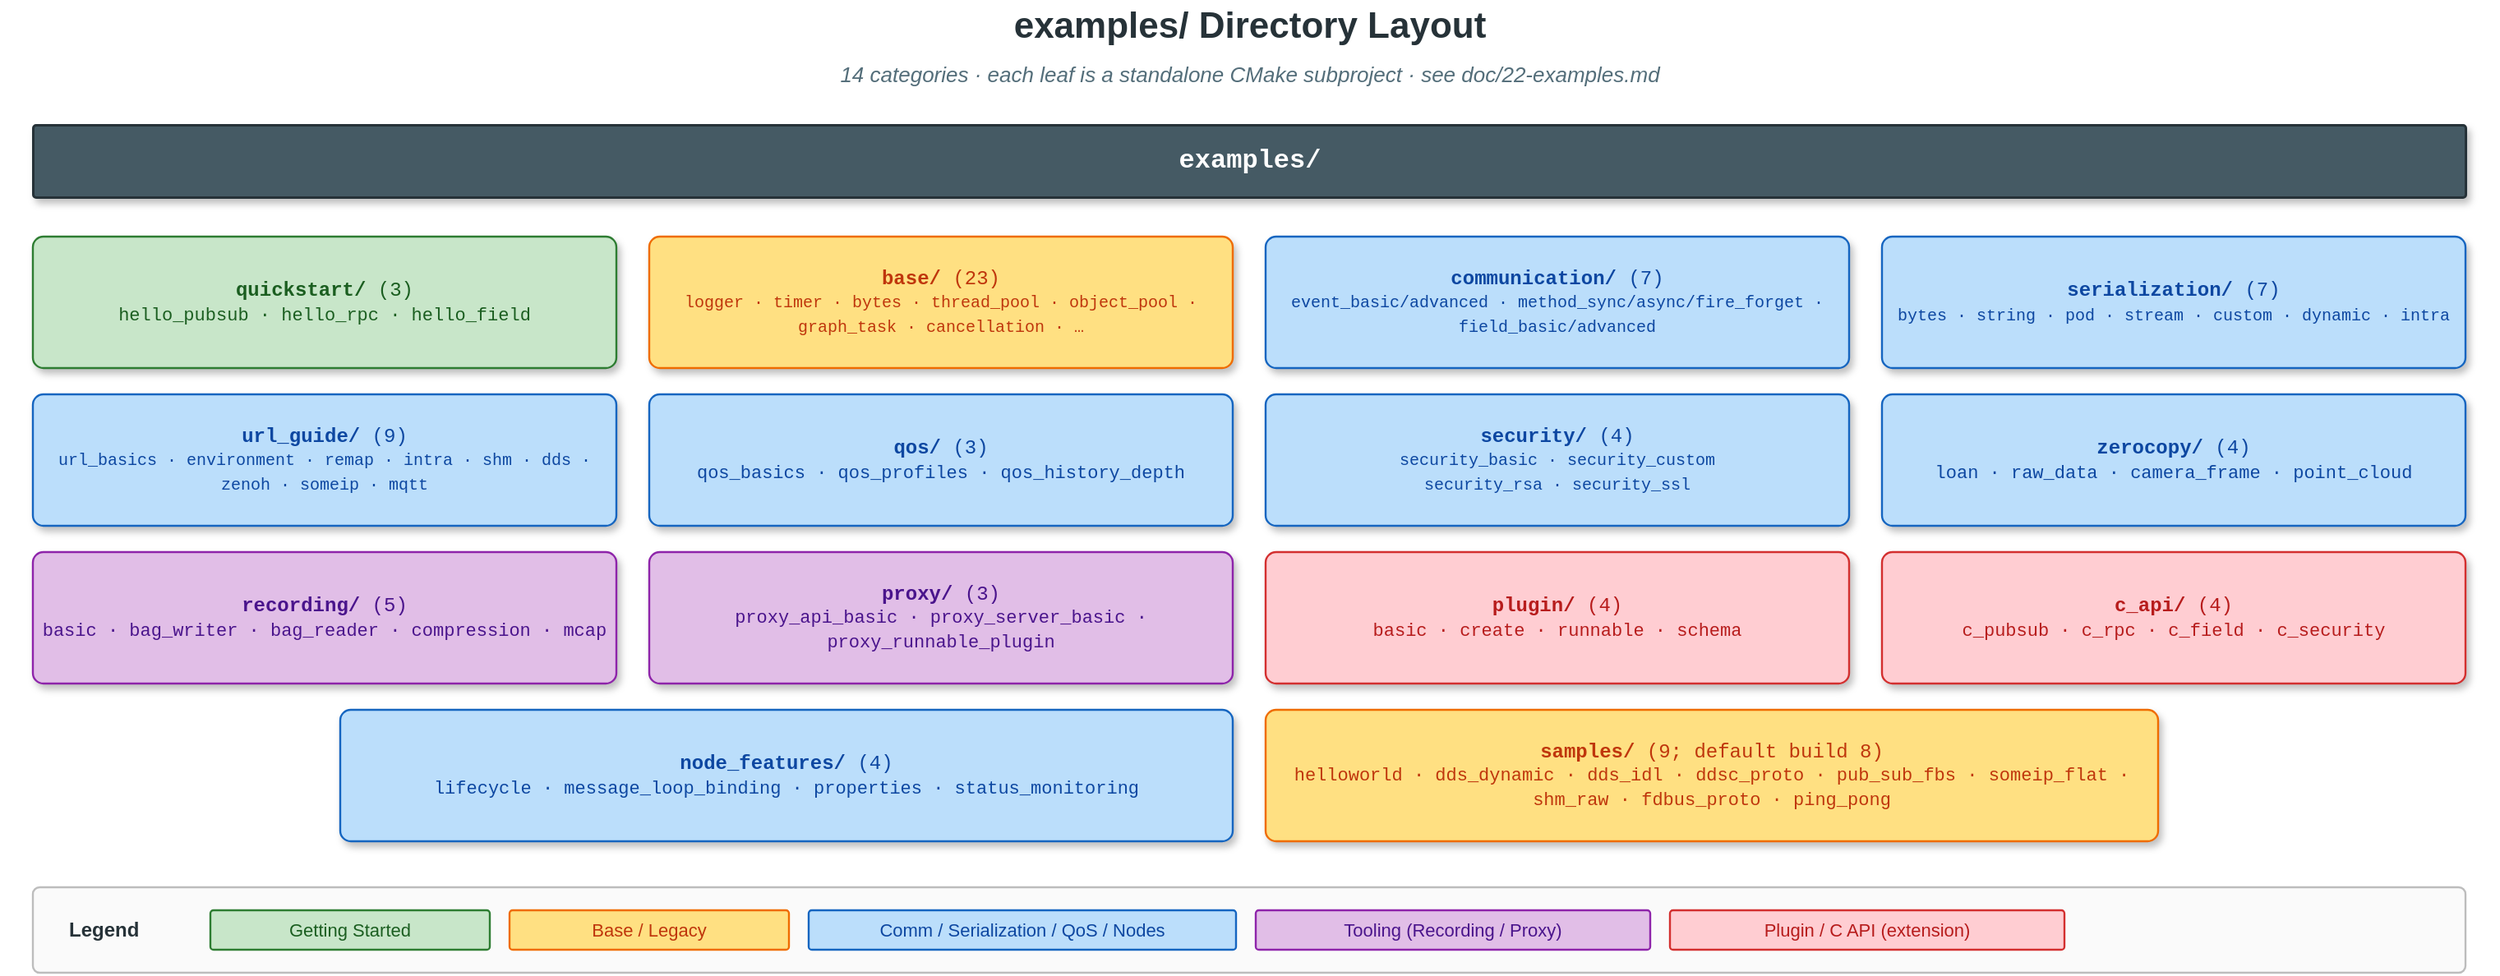
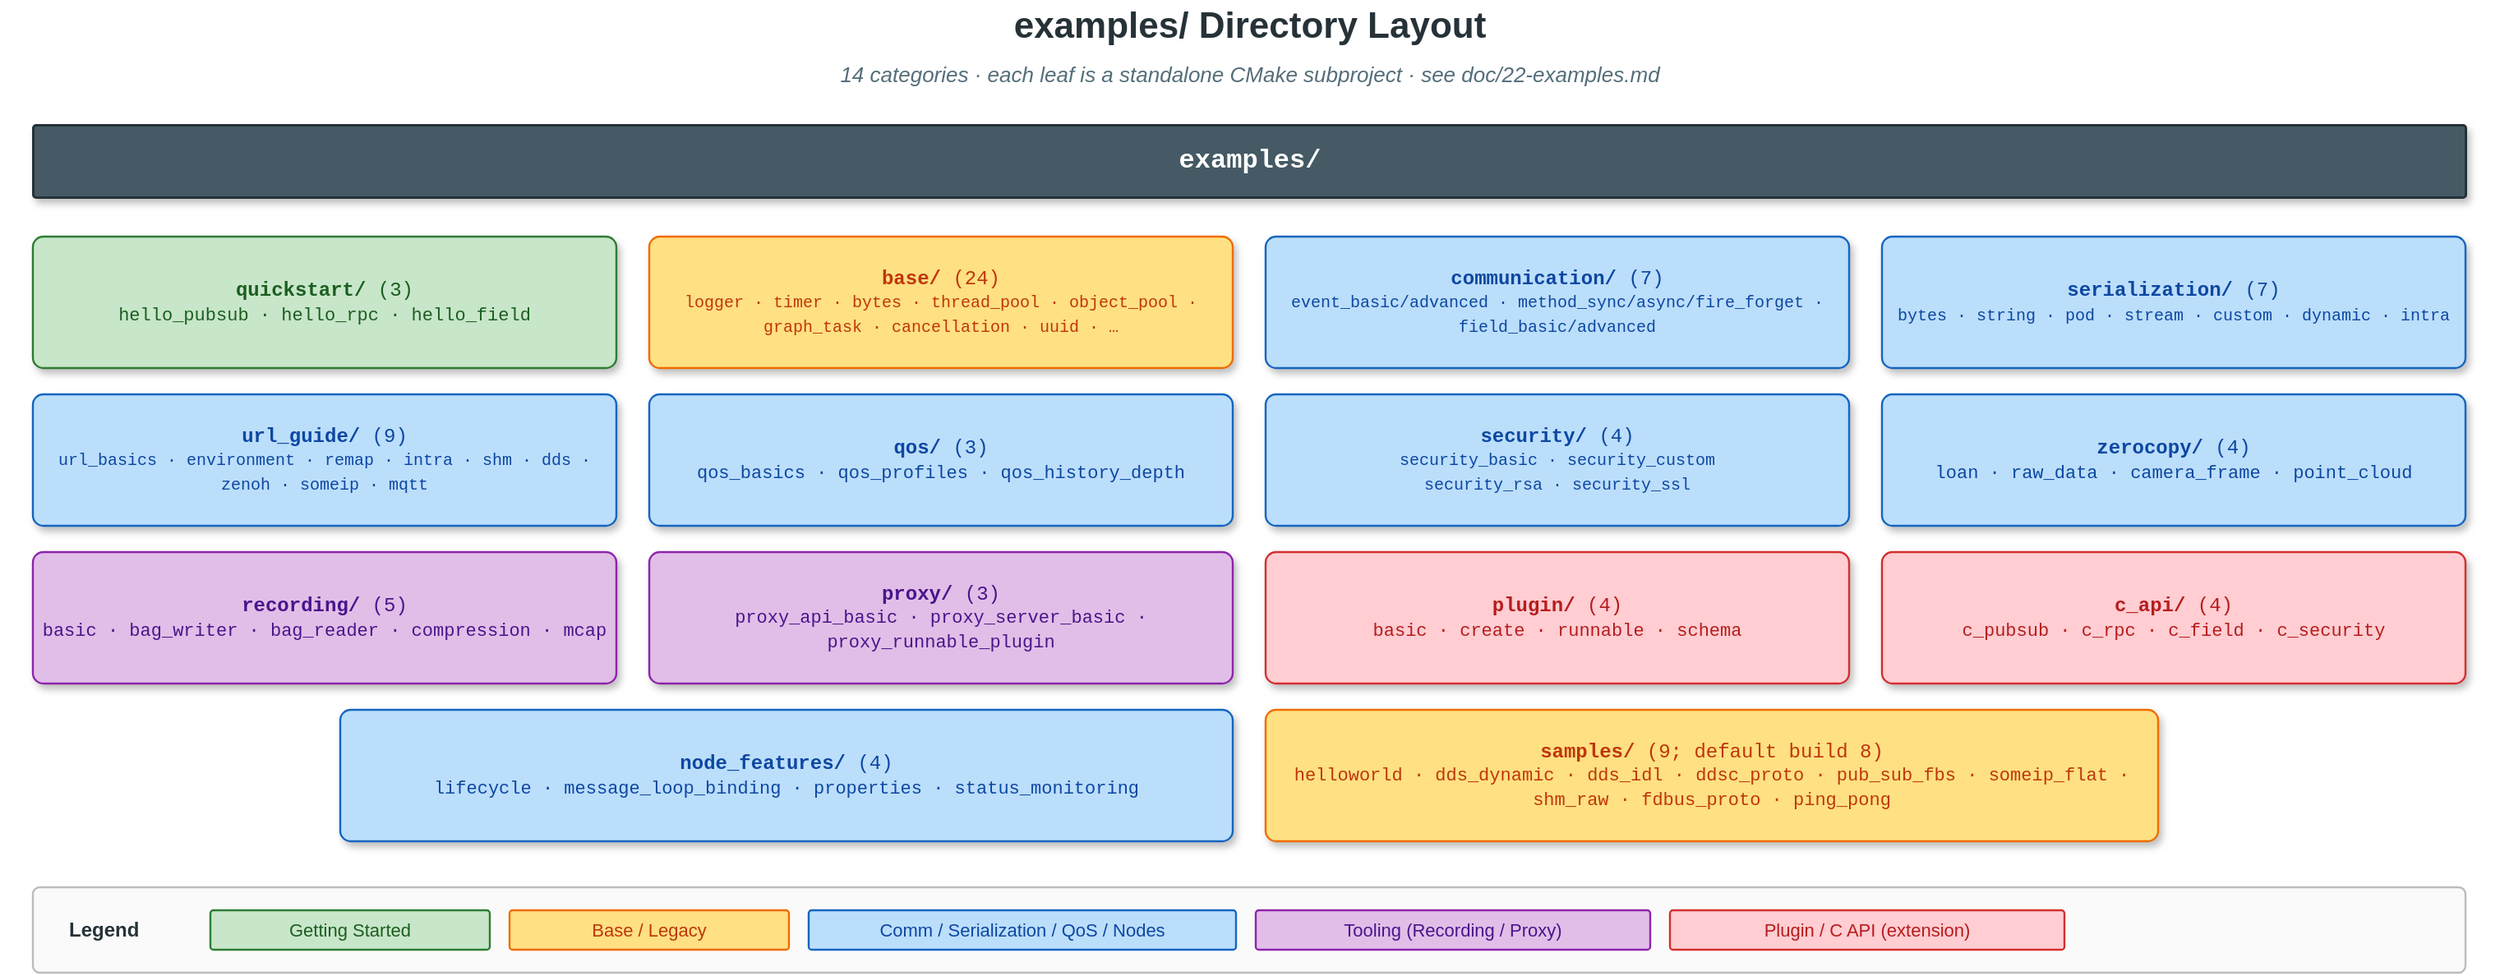
<mxfile host="app.diagrams.net" modified="2026-04-23T00:00:00.000Z" agent="Claude" version="24.0.0" type="device">
  <diagram id="examples-directory-tree" name="Examples Directory Tree">
    <mxGraphModel dx="1560" dy="780" grid="0" gridSize="10" guides="1" tooltips="1" connect="1" arrows="1" fold="1" page="1" pageScale="1" pageWidth="1560" pageHeight="700" math="0" shadow="0">
      <root>
        <mxCell id="0" />
        <mxCell id="1" parent="0" />

        <mxCell id="title" value="examples/ Directory Layout" style="text;html=1;align=center;verticalAlign=middle;strokeColor=none;fillColor=none;fontSize=22;fontStyle=1;fontColor=#263238;" vertex="1" parent="1">
          <mxGeometry x="20" y="20" width="1520" height="32" as="geometry" />
        </mxCell>
        <mxCell id="subtitle" value="14 categories  ·  each leaf is a standalone CMake subproject  ·  see doc/22-examples.md" style="text;html=1;align=center;verticalAlign=middle;strokeColor=none;fillColor=none;fontSize=13;fontStyle=2;fontColor=#546e7a;" vertex="1" parent="1">
          <mxGeometry x="20" y="54" width="1520" height="22" as="geometry" />
        </mxCell>

        <!-- Root strip -->
        <mxCell id="root_bg" value="" style="rounded=1;whiteSpace=wrap;html=1;fillColor=#455a64;strokeColor=#263238;strokeWidth=1.5;arcSize=4;shadow=1;" vertex="1" parent="1">
          <mxGeometry x="40" y="96" width="1480" height="44" as="geometry" />
        </mxCell>
        <mxCell id="root_t" value="examples/" style="text;html=1;align=center;verticalAlign=middle;strokeColor=none;fillColor=none;fontSize=16;fontFamily=Courier New;fontStyle=1;fontColor=#ffffff;" vertex="1" parent="1">
          <mxGeometry x="40" y="96" width="1480" height="44" as="geometry" />
        </mxCell>

        <!-- 4 cols × 4 rows grid; 14 items + blank.
             col width = (1480 - 3*20) / 4 = 355; cols x = 40, 415, 790, 1165
             row height = 80, gap 16; rows y = 164, 260, 356, 452 -->

        <!-- ROW 1 -->
        <mxCell id="cat_qs" value="&lt;b&gt;quickstart/&lt;/b&gt;  (3)&lt;br/&gt;&lt;span style=&quot;font-size:11px;color:#1b5e20;&quot;&gt;hello_pubsub  ·  hello_rpc  ·  hello_field&lt;/span&gt;" style="rounded=1;whiteSpace=wrap;html=1;fillColor=#c8e6c9;strokeColor=#2e7d32;strokeWidth=1.2;arcSize=8;fontSize=12;fontFamily=Courier New;fontColor=#1b5e20;shadow=1;verticalAlign=middle;align=center;" vertex="1" parent="1">
          <mxGeometry x="40" y="164" width="355" height="80" as="geometry" />
        </mxCell>
-         <mxCell id="cat_base" value="&lt;b&gt;base/&lt;/b&gt;  (23)&lt;br/&gt;&lt;span style=&quot;font-size:10px;color:#bf360c;&quot;&gt;logger · timer · bytes · thread_pool · object_pool · graph_task · cancellation · …&lt;/span&gt;" style="rounded=1;whiteSpace=wrap;html=1;fillColor=#ffe082;strokeColor=#ef6c00;strokeWidth=1.2;arcSize=8;fontSize=12;fontFamily=Courier New;fontColor=#bf360c;shadow=1;verticalAlign=middle;align=center;" vertex="1" parent="1">
+         <mxCell id="cat_base" value="&lt;b&gt;base/&lt;/b&gt;  (24)&lt;br/&gt;&lt;span style=&quot;font-size:10px;color:#bf360c;&quot;&gt;logger · timer · bytes · thread_pool · object_pool · graph_task · cancellation · uuid · …&lt;/span&gt;" style="rounded=1;whiteSpace=wrap;html=1;fillColor=#ffe082;strokeColor=#ef6c00;strokeWidth=1.2;arcSize=8;fontSize=12;fontFamily=Courier New;fontColor=#bf360c;shadow=1;verticalAlign=middle;align=center;" vertex="1" parent="1">
          <mxGeometry x="415" y="164" width="355" height="80" as="geometry" />
        </mxCell>
        <mxCell id="cat_comm" value="&lt;b&gt;communication/&lt;/b&gt;  (7)&lt;br/&gt;&lt;span style=&quot;font-size:10px;color:#0d47a1;&quot;&gt;event_basic/advanced · method_sync/async/fire_forget · field_basic/advanced&lt;/span&gt;" style="rounded=1;whiteSpace=wrap;html=1;fillColor=#bbdefb;strokeColor=#1565c0;strokeWidth=1.2;arcSize=8;fontSize=12;fontFamily=Courier New;fontColor=#0d47a1;shadow=1;verticalAlign=middle;align=center;" vertex="1" parent="1">
          <mxGeometry x="790" y="164" width="355" height="80" as="geometry" />
        </mxCell>
        <mxCell id="cat_ser" value="&lt;b&gt;serialization/&lt;/b&gt;  (7)&lt;br/&gt;&lt;span style=&quot;font-size:10px;color:#0d47a1;&quot;&gt;bytes · string · pod · stream · custom · dynamic · intra&lt;/span&gt;" style="rounded=1;whiteSpace=wrap;html=1;fillColor=#bbdefb;strokeColor=#1565c0;strokeWidth=1.2;arcSize=8;fontSize=12;fontFamily=Courier New;fontColor=#0d47a1;shadow=1;verticalAlign=middle;align=center;" vertex="1" parent="1">
          <mxGeometry x="1165" y="164" width="355" height="80" as="geometry" />
        </mxCell>

        <!-- ROW 2 -->
        <mxCell id="cat_url" value="&lt;b&gt;url_guide/&lt;/b&gt;  (9)&lt;br/&gt;&lt;span style=&quot;font-size:10px;color:#0d47a1;&quot;&gt;url_basics · environment · remap · intra · shm · dds · zenoh · someip · mqtt&lt;/span&gt;" style="rounded=1;whiteSpace=wrap;html=1;fillColor=#bbdefb;strokeColor=#1565c0;strokeWidth=1.2;arcSize=8;fontSize=12;fontFamily=Courier New;fontColor=#0d47a1;shadow=1;verticalAlign=middle;align=center;" vertex="1" parent="1">
          <mxGeometry x="40" y="260" width="355" height="80" as="geometry" />
        </mxCell>
        <mxCell id="cat_qos" value="&lt;b&gt;qos/&lt;/b&gt;  (3)&lt;br/&gt;&lt;span style=&quot;font-size:11px;color:#0d47a1;&quot;&gt;qos_basics · qos_profiles · qos_history_depth&lt;/span&gt;" style="rounded=1;whiteSpace=wrap;html=1;fillColor=#bbdefb;strokeColor=#1565c0;strokeWidth=1.2;arcSize=8;fontSize=12;fontFamily=Courier New;fontColor=#0d47a1;shadow=1;verticalAlign=middle;align=center;" vertex="1" parent="1">
          <mxGeometry x="415" y="260" width="355" height="80" as="geometry" />
        </mxCell>
        <mxCell id="cat_sec" value="&lt;b&gt;security/&lt;/b&gt;  (4)&lt;br/&gt;&lt;span style=&quot;font-size:10px;color:#0d47a1;&quot;&gt;security_basic · security_custom&lt;br/&gt;security_rsa · security_ssl&lt;/span&gt;" style="rounded=1;whiteSpace=wrap;html=1;fillColor=#bbdefb;strokeColor=#1565c0;strokeWidth=1.2;arcSize=8;fontSize=12;fontFamily=Courier New;fontColor=#0d47a1;shadow=1;verticalAlign=middle;align=center;" vertex="1" parent="1">
          <mxGeometry x="790" y="260" width="355" height="80" as="geometry" />
        </mxCell>
        <mxCell id="cat_zc" value="&lt;b&gt;zerocopy/&lt;/b&gt;  (4)&lt;br/&gt;&lt;span style=&quot;font-size:11px;color:#0d47a1;&quot;&gt;loan · raw_data · camera_frame · point_cloud&lt;/span&gt;" style="rounded=1;whiteSpace=wrap;html=1;fillColor=#bbdefb;strokeColor=#1565c0;strokeWidth=1.2;arcSize=8;fontSize=12;fontFamily=Courier New;fontColor=#0d47a1;shadow=1;verticalAlign=middle;align=center;" vertex="1" parent="1">
          <mxGeometry x="1165" y="260" width="355" height="80" as="geometry" />
        </mxCell>

        <!-- ROW 3 -->
        <mxCell id="cat_rec" value="&lt;b&gt;recording/&lt;/b&gt;  (5)&lt;br/&gt;&lt;span style=&quot;font-size:11px;color:#4a148c;&quot;&gt;basic · bag_writer · bag_reader · compression · mcap&lt;/span&gt;" style="rounded=1;whiteSpace=wrap;html=1;fillColor=#e1bee7;strokeColor=#8e24aa;strokeWidth=1.2;arcSize=8;fontSize=12;fontFamily=Courier New;fontColor=#4a148c;shadow=1;verticalAlign=middle;align=center;" vertex="1" parent="1">
          <mxGeometry x="40" y="356" width="355" height="80" as="geometry" />
        </mxCell>
        <mxCell id="cat_proxy" value="&lt;b&gt;proxy/&lt;/b&gt;  (3)&lt;br/&gt;&lt;span style=&quot;font-size:11px;color:#4a148c;&quot;&gt;proxy_api_basic · proxy_server_basic · proxy_runnable_plugin&lt;/span&gt;" style="rounded=1;whiteSpace=wrap;html=1;fillColor=#e1bee7;strokeColor=#8e24aa;strokeWidth=1.2;arcSize=8;fontSize=12;fontFamily=Courier New;fontColor=#4a148c;shadow=1;verticalAlign=middle;align=center;" vertex="1" parent="1">
          <mxGeometry x="415" y="356" width="355" height="80" as="geometry" />
        </mxCell>
        <mxCell id="cat_plugin" value="&lt;b&gt;plugin/&lt;/b&gt;  (4)&lt;br/&gt;&lt;span style=&quot;font-size:11px;color:#b71c1c;&quot;&gt;basic · create · runnable · schema&lt;/span&gt;" style="rounded=1;whiteSpace=wrap;html=1;fillColor=#ffcdd2;strokeColor=#d32f2f;strokeWidth=1.2;arcSize=8;fontSize=12;fontFamily=Courier New;fontColor=#b71c1c;shadow=1;verticalAlign=middle;align=center;" vertex="1" parent="1">
          <mxGeometry x="790" y="356" width="355" height="80" as="geometry" />
        </mxCell>
        <mxCell id="cat_capi" value="&lt;b&gt;c_api/&lt;/b&gt;  (4)&lt;br/&gt;&lt;span style=&quot;font-size:11px;color:#b71c1c;&quot;&gt;c_pubsub · c_rpc · c_field · c_security&lt;/span&gt;" style="rounded=1;whiteSpace=wrap;html=1;fillColor=#ffcdd2;strokeColor=#d32f2f;strokeWidth=1.2;arcSize=8;fontSize=12;fontFamily=Courier New;fontColor=#b71c1c;shadow=1;verticalAlign=middle;align=center;" vertex="1" parent="1">
          <mxGeometry x="1165" y="356" width="355" height="80" as="geometry" />
        </mxCell>

        <!-- ROW 4 -->
        <mxCell id="cat_node" value="&lt;b&gt;node_features/&lt;/b&gt;  (4)&lt;br/&gt;&lt;span style=&quot;font-size:11px;color:#0d47a1;&quot;&gt;lifecycle · message_loop_binding · properties · status_monitoring&lt;/span&gt;" style="rounded=1;whiteSpace=wrap;html=1;fillColor=#bbdefb;strokeColor=#1565c0;strokeWidth=1.2;arcSize=8;fontSize=12;fontFamily=Courier New;fontColor=#0d47a1;shadow=1;verticalAlign=middle;align=center;" vertex="1" parent="1">
          <mxGeometry x="227" y="452" width="543" height="80" as="geometry" />
        </mxCell>
        <mxCell id="cat_samples" value="&lt;b&gt;samples/&lt;/b&gt;  (9; default build 8)&lt;br/&gt;&lt;span style=&quot;font-size:11px;color:#bf360c;&quot;&gt;helloworld · dds_dynamic · dds_idl · ddsc_proto · pub_sub_fbs · someip_flat · shm_raw · fdbus_proto · ping_pong&lt;/span&gt;" style="rounded=1;whiteSpace=wrap;html=1;fillColor=#ffe082;strokeColor=#ef6c00;strokeWidth=1.2;arcSize=8;fontSize=12;fontFamily=Courier New;fontColor=#bf360c;shadow=1;verticalAlign=middle;align=center;" vertex="1" parent="1">
          <mxGeometry x="790" y="452" width="543" height="80" as="geometry" />
        </mxCell>

        <!-- Legend strip -->
        <mxCell id="legbg" value="" style="rounded=1;whiteSpace=wrap;html=1;fillColor=#fafafa;strokeColor=#bdbdbd;strokeWidth=1.2;arcSize=8;" vertex="1" parent="1">
          <mxGeometry x="40" y="560" width="1480" height="52" as="geometry" />
        </mxCell>
        <mxCell id="legtitle" value="Legend" style="text;html=1;align=left;verticalAlign=middle;strokeColor=none;fillColor=none;fontSize=12;fontStyle=1;fontColor=#263238;" vertex="1" parent="1">
          <mxGeometry x="60" y="560" width="80" height="52" as="geometry" />
        </mxCell>
        <mxCell id="lg1" value="Getting Started" style="rounded=1;whiteSpace=wrap;html=1;fillColor=#c8e6c9;strokeColor=#2e7d32;strokeWidth=1.2;arcSize=8;fontSize=11;fontColor=#1b5e20;align=center;verticalAlign=middle;" vertex="1" parent="1">
          <mxGeometry x="148" y="574" width="170" height="24" as="geometry" />
        </mxCell>
        <mxCell id="lg2" value="Base / Legacy" style="rounded=1;whiteSpace=wrap;html=1;fillColor=#ffe082;strokeColor=#ef6c00;strokeWidth=1.2;arcSize=8;fontSize=11;fontColor=#bf360c;align=center;verticalAlign=middle;" vertex="1" parent="1">
          <mxGeometry x="330" y="574" width="170" height="24" as="geometry" />
        </mxCell>
        <mxCell id="lg3" value="Comm / Serialization / QoS / Nodes" style="rounded=1;whiteSpace=wrap;html=1;fillColor=#bbdefb;strokeColor=#1565c0;strokeWidth=1.2;arcSize=8;fontSize=11;fontColor=#0d47a1;align=center;verticalAlign=middle;" vertex="1" parent="1">
          <mxGeometry x="512" y="574" width="260" height="24" as="geometry" />
        </mxCell>
        <mxCell id="lg4" value="Tooling (Recording / Proxy)" style="rounded=1;whiteSpace=wrap;html=1;fillColor=#e1bee7;strokeColor=#8e24aa;strokeWidth=1.2;arcSize=8;fontSize=11;fontColor=#4a148c;align=center;verticalAlign=middle;" vertex="1" parent="1">
          <mxGeometry x="784" y="574" width="240" height="24" as="geometry" />
        </mxCell>
        <mxCell id="lg5" value="Plugin / C API (extension)" style="rounded=1;whiteSpace=wrap;html=1;fillColor=#ffcdd2;strokeColor=#d32f2f;strokeWidth=1.2;arcSize=8;fontSize=11;fontColor=#b71c1c;align=center;verticalAlign=middle;" vertex="1" parent="1">
          <mxGeometry x="1036" y="574" width="240" height="24" as="geometry" />
        </mxCell>

      </root>
    </mxGraphModel>
  </diagram>
</mxfile>
